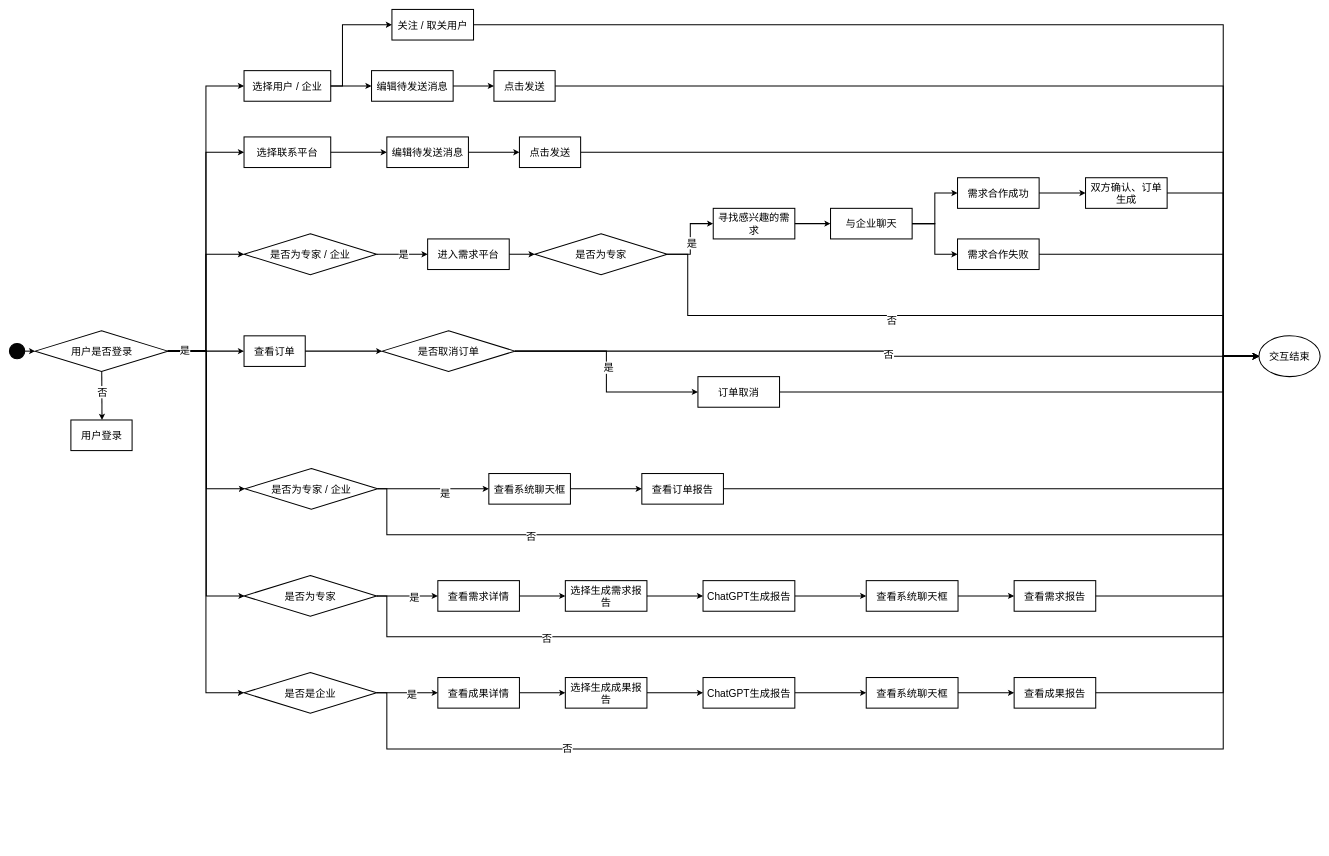
The draw.io diagram 2024-BUAA-SE/需求规格书/用户交互模块-业务流程.drawio in jongsh/drawio, before the edit. Source tidied: cells renumbered, new cells numbered last; positions are measured from the earlier drawing's top-left corner, leaving out a move shared by most shapes. Both pictures are drawn from the tidied source at 51%, with x=0, y=0 at pixel (9, 9).
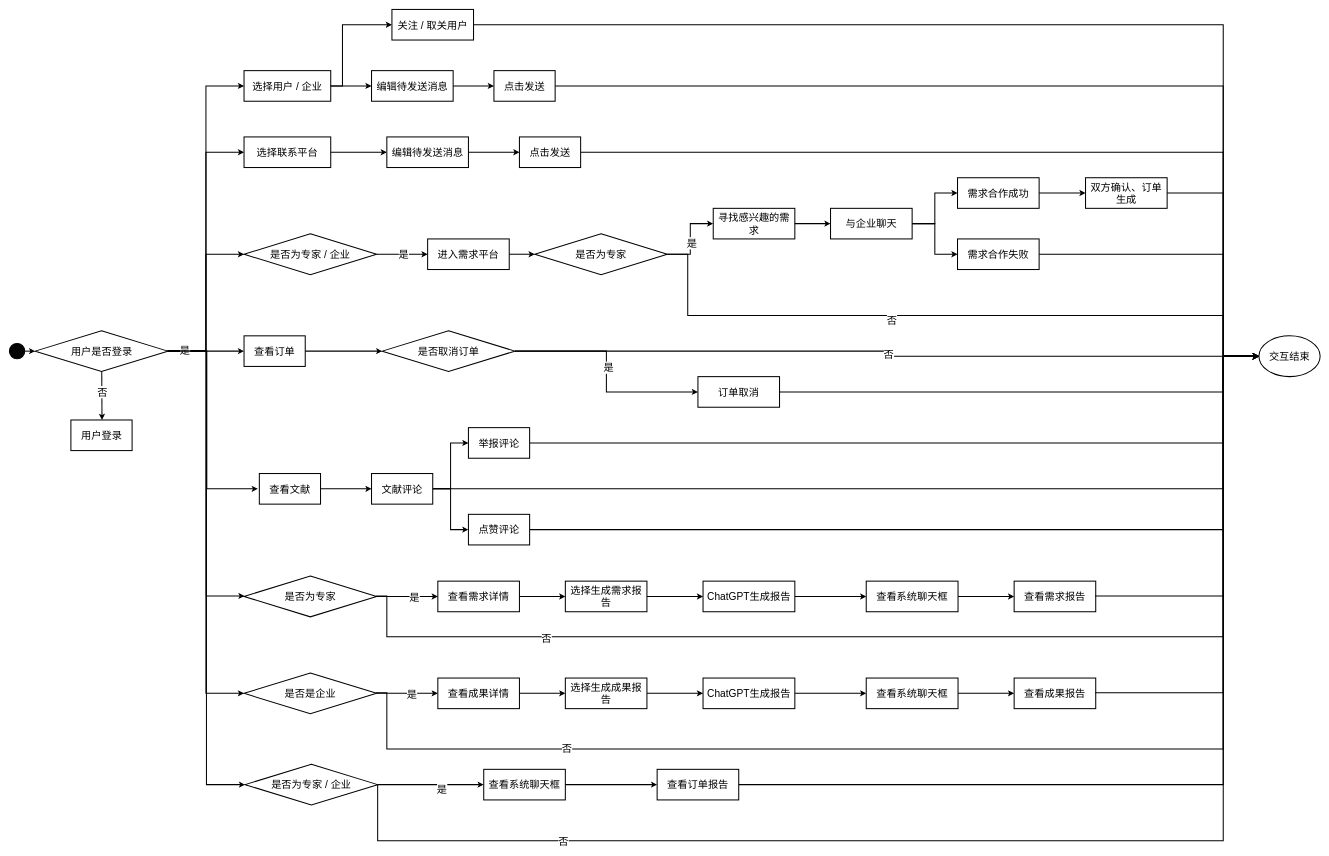
The same page after the edit.

Commit message:
更新用户交互模块-业务流程.drawio

The change refers to these unchanged cells:
```xml
<mxCell id="44" value="&lt;font style=&quot;font-size: 20px;&quot;&gt;是否为专家 / 企业&lt;/font&gt;" style="rhombus;whiteSpace=wrap;html=1;strokeWidth=2;spacing=2;fontSize=20;fontColor=default;labelBackgroundColor=none;horizontal=1;" parent="43" vertex="1">
  <mxGeometry width="260" height="80" as="geometry" />
</mxCell>
<mxCell id="50" value="&lt;font style=&quot;font-size: 20px;&quot;&gt;查看订单报告&lt;/font&gt;" style="rounded=0;whiteSpace=wrap;html=1;strokeWidth=2;spacing=2;fontSize=20;fontColor=default;labelBackgroundColor=none;horizontal=1;" parent="49" vertex="1">
  <mxGeometry width="160" height="60" as="geometry" />
</mxCell>
<mxCell id="86" value="&lt;font style=&quot;font-size: 20px;&quot;&gt;交互结束&lt;/font&gt;" style="ellipse;whiteSpace=wrap;html=1;strokeWidth=2;spacing=2;fontColor=default;labelBackgroundColor=none;horizontal=1;fontSize=20;" parent="1" vertex="1">
  <mxGeometry x="2450" y="640" width="120" height="80" as="geometry" />
</mxCell>
```

Change to the diagram source:
```diff
@@
     <mxCell id="5" style="group;strokeWidth=2;spacing=2;fontSize=20;fontColor=default;labelBackgroundColor=none;horizontal=1;" parent="1" vertex="1">
-      <mxGeometry x="460" y="1300" width="260" height="80" as="geometry" />
+      <mxGeometry x="460" y="1301" width="260" height="80" as="geometry" />
     </mxCell>
@@
     <mxCell id="43" style="group;strokeWidth=2;spacing=2;fontSize=20;fontColor=default;labelBackgroundColor=none;horizontal=1;" parent="1" vertex="1">
-      <mxGeometry x="462" y="900" width="260" height="80" as="geometry" />
+      <mxGeometry x="462" y="1480" width="260" height="80" as="geometry" />
     </mxCell>
@@
     <mxCell id="45" style="group;strokeWidth=2;spacing=2;fontSize=20;fontColor=default;labelBackgroundColor=none;horizontal=1;" parent="1" vertex="1">
-      <mxGeometry x="460" y="1110" width="260" height="80" as="geometry" />
+      <mxGeometry x="460" y="1111" width="260" height="80" as="geometry" />
     </mxCell>
@@
     <mxCell id="47" style="group;strokeWidth=2;spacing=2;fontSize=20;fontColor=default;labelBackgroundColor=none;horizontal=1;" parent="1" vertex="1">
-      <mxGeometry x="940" y="910" width="160" height="60" as="geometry" />
+      <mxGeometry x="930" y="1490" width="160" height="60" as="geometry" />
     </mxCell>
@@
     <mxCell id="49" style="group;strokeWidth=2;spacing=2;fontSize=20;fontColor=default;labelBackgroundColor=none;horizontal=1;" parent="1" vertex="1">
-      <mxGeometry x="1240" y="910" width="160" height="60" as="geometry" />
+      <mxGeometry x="1270" y="1490" width="160" height="60" as="geometry" />
     </mxCell>
@@
     <mxCell id="51" style="group;strokeWidth=2;spacing=2;fontSize=20;fontColor=default;labelBackgroundColor=none;horizontal=1;" parent="1" vertex="1">
-      <mxGeometry x="840" y="1120" width="190" height="91" as="geometry" />
+      <mxGeometry x="840" y="1121" width="190" height="91" as="geometry" />
     </mxCell>
@@
     <mxCell id="54" value="&lt;font style=&quot;font-size: 20px;&quot;&gt;选择生成需求报告&lt;/font&gt;" style="rounded=0;whiteSpace=wrap;html=1;strokeWidth=2;spacing=2;fontSize=20;fontColor=default;labelBackgroundColor=none;horizontal=1;" parent="1" vertex="1">
-      <mxGeometry x="1090" y="1120" width="160" height="60" as="geometry" />
+      <mxGeometry x="1090" y="1121" width="160" height="60" as="geometry" />
     </mxCell>
@@
     <mxCell id="56" value="&lt;span style=&quot;font-size: 20px;&quot;&gt;ChatGPT生成报告&lt;/span&gt;" style="rounded=0;whiteSpace=wrap;html=1;strokeWidth=2;spacing=2;fontSize=20;fontColor=default;labelBackgroundColor=none;horizontal=1;" parent="1" vertex="1">
-      <mxGeometry x="1360" y="1310" width="180" height="60" as="geometry" />
+      <mxGeometry x="1360" y="1311" width="180" height="60" as="geometry" />
     </mxCell>
@@
     <mxCell id="58" value="&lt;span style=&quot;font-size: 20px;&quot;&gt;查看系统聊天框&lt;/span&gt;" style="rounded=0;whiteSpace=wrap;html=1;strokeWidth=2;spacing=2;fontSize=20;fontColor=default;labelBackgroundColor=none;horizontal=1;" parent="1" vertex="1">
-      <mxGeometry x="1680" y="1120" width="180" height="60" as="geometry" />
+      <mxGeometry x="1680" y="1121" width="180" height="60" as="geometry" />
     </mxCell>
     <mxCell id="59" style="group;strokeWidth=2;spacing=2;fontSize=20;fontColor=default;labelBackgroundColor=none;horizontal=1;" parent="1" vertex="1">
-      <mxGeometry x="1970" y="1120" width="190" height="91" as="geometry" />
+      <mxGeometry x="1970" y="1121" width="190" height="91" as="geometry" />
     </mxCell>
@@
     <mxCell id="61" style="group;strokeWidth=2;spacing=2;fontSize=20;fontColor=default;labelBackgroundColor=none;horizontal=1;" parent="1" vertex="1">
-      <mxGeometry x="840" y="1310" width="190" height="91" as="geometry" />
+      <mxGeometry x="840" y="1311" width="190" height="91" as="geometry" />
     </mxCell>
@@
     <mxCell id="64" value="&lt;font style=&quot;font-size: 20px;&quot;&gt;选择生成成果&lt;/font&gt;&lt;span style=&quot;font-size: 20px;&quot;&gt;报告&lt;/span&gt;" style="rounded=0;whiteSpace=wrap;html=1;strokeWidth=2;spacing=2;fontSize=20;fontColor=default;labelBackgroundColor=none;horizontal=1;" parent="1" vertex="1">
-      <mxGeometry x="1090" y="1310" width="160" height="60" as="geometry" />
+      <mxGeometry x="1090" y="1311" width="160" height="60" as="geometry" />
     </mxCell>
@@
     <mxCell id="66" value="&lt;span style=&quot;font-size: 20px;&quot;&gt;ChatGPT生成报告&lt;/span&gt;" style="rounded=0;whiteSpace=wrap;html=1;strokeWidth=2;spacing=2;fontSize=20;fontColor=default;labelBackgroundColor=none;horizontal=1;" parent="1" vertex="1">
-      <mxGeometry x="1360" y="1120" width="180" height="60" as="geometry" />
+      <mxGeometry x="1360" y="1121" width="180" height="60" as="geometry" />
     </mxCell>
@@
     <mxCell id="68" value="&lt;span style=&quot;font-size: 20px;&quot;&gt;查看系统聊天框&lt;/span&gt;" style="rounded=0;whiteSpace=wrap;html=1;strokeWidth=2;spacing=2;fontSize=20;fontColor=default;labelBackgroundColor=none;horizontal=1;" parent="1" vertex="1">
-      <mxGeometry x="1680" y="1310" width="180" height="60" as="geometry" />
+      <mxGeometry x="1680" y="1311" width="180" height="60" as="geometry" />
     </mxCell>
     <mxCell id="69" style="group;strokeWidth=2;spacing=2;fontSize=20;fontColor=default;labelBackgroundColor=none;horizontal=1;" parent="1" vertex="1">
-      <mxGeometry x="1970" y="1310" width="190" height="91" as="geometry" />
+      <mxGeometry x="1970" y="1311" width="190" height="91" as="geometry" />
     </mxCell>
@@
+    <mxCell id="126" style="edgeStyle=orthogonalEdgeStyle;rounded=0;orthogonalLoop=1;jettySize=auto;html=1;exitX=1;exitY=0.5;exitDx=0;exitDy=0;entryX=0;entryY=0.5;entryDx=0;entryDy=0;fontSize=20;strokeWidth=2;" parent="1" edge="1">
+      <mxGeometry relative="1" as="geometry">
+        <mxPoint x="307.5" y="670" as="sourcePoint" />
+        <mxPoint x="487" y="940" as="targetPoint" />
+        <Array as="points">
+          <mxPoint x="387" y="670" />
+          <mxPoint x="387" y="940" />
+        </Array>
+      </mxGeometry>
+    </mxCell>
@@
     <mxCell id="119" style="edgeStyle=orthogonalEdgeStyle;rounded=0;jettySize=auto;html=1;exitX=1;exitY=0.5;exitDx=0;exitDy=0;entryX=0;entryY=0.5;entryDx=0;entryDy=0;strokeWidth=2;fontSize=20;" parent="1" edge="1" source="50" target="86">
       <mxGeometry relative="1" as="geometry">
         <Array as="points">
-          <mxPoint x="2380" y="940" />
+          <mxPoint x="2380" y="1520" />
           <mxPoint x="2380" y="680" />
         </Array>
       </mxGeometry>
     </mxCell>
-    <mxCell id="120" style="edgeStyle=orthogonalEdgeStyle;rounded=0;jettySize=auto;html=1;exitX=1;exitY=0.5;exitDx=0;exitDy=0;entryX=0;entryY=0.5;entryDx=0;entryDy=0;strokeWidth=2;fontSize=20;" parent="1" edge="1" source="44" target="86">
-      <mxGeometry relative="1" as="geometry">
-        <Array as="points">
-          <mxPoint x="740" y="940" />
-          <mxPoint x="740" y="1030" />
-          <mxPoint x="2380" y="1030" />
-          <mxPoint x="2380" y="680" />
-        </Array>
-      </mxGeometry>
-    </mxCell>
-    <mxCell id="121" value="否" style="edgeLabel;html=1;align=center;verticalAlign=middle;fontSize=20;" parent="120" vertex="1">
-      <mxGeometry x="-0.64" y="-2" relative="1" as="geometry" />
-    </mxCell>
@@
+    <mxCell id="127" style="group;strokeWidth=2;spacing=2;fontSize=20;fontColor=default;labelBackgroundColor=none;horizontal=1;" parent="1" vertex="1">
+      <mxGeometry x="490" y="910" width="120" height="60" as="geometry" />
+    </mxCell>
+    <mxCell id="128" value="&lt;font style=&quot;font-size: 20px;&quot;&gt;查看文献&lt;/font&gt;" style="rounded=0;whiteSpace=wrap;html=1;strokeWidth=2;spacing=2;fontSize=20;fontColor=default;labelBackgroundColor=none;horizontal=1;" parent="127" vertex="1">
+      <mxGeometry width="120" height="60" as="geometry" />
+    </mxCell>
+    <mxCell id="129" style="edgeStyle=orthogonalEdgeStyle;rounded=0;jettySize=auto;html=1;exitX=1;exitY=0.5;exitDx=0;exitDy=0;entryX=0;entryY=0.5;entryDx=0;entryDy=0;fontSize=20;strokeWidth=2;" parent="1" edge="1" source="132" target="86">
+      <mxGeometry relative="1" as="geometry">
+        <Array as="points">
+          <mxPoint x="2380" y="940" />
+          <mxPoint x="2380" y="680" />
+        </Array>
+      </mxGeometry>
+    </mxCell>
+    <mxCell id="130" style="edgeStyle=orthogonalEdgeStyle;rounded=0;jettySize=auto;html=1;exitX=1;exitY=0.5;exitDx=0;exitDy=0;entryX=0;entryY=0.5;entryDx=0;entryDy=0;fontSize=20;strokeWidth=2;" parent="1" edge="1" source="132" target="134">
+      <mxGeometry relative="1" as="geometry" />
+    </mxCell>
+    <mxCell id="131" style="edgeStyle=orthogonalEdgeStyle;rounded=0;jettySize=auto;html=1;exitX=1;exitY=0.5;exitDx=0;exitDy=0;entryX=0;entryY=0.5;entryDx=0;entryDy=0;fontSize=20;strokeWidth=2;" parent="1" edge="1" source="132" target="136">
+      <mxGeometry relative="1" as="geometry" />
+    </mxCell>
+    <mxCell id="132" value="文献评论" style="rounded=0;whiteSpace=wrap;html=1;strokeWidth=2;spacing=2;fontSize=20;fontColor=default;labelBackgroundColor=none;horizontal=1;" parent="1" vertex="1">
+      <mxGeometry x="710" y="910" width="120" height="60" as="geometry" />
+    </mxCell>
+    <mxCell id="133" style="edgeStyle=orthogonalEdgeStyle;rounded=0;jettySize=auto;html=1;exitX=1;exitY=0.5;exitDx=0;exitDy=0;entryX=0;entryY=0.5;entryDx=0;entryDy=0;fontSize=20;strokeWidth=2;" parent="1" edge="1" source="134" target="86">
+      <mxGeometry relative="1" as="geometry">
+        <Array as="points">
+          <mxPoint x="2380" y="850" />
+          <mxPoint x="2380" y="680" />
+        </Array>
+      </mxGeometry>
+    </mxCell>
+    <mxCell id="134" value="&lt;font style=&quot;font-size: 20px;&quot;&gt;举报评论&lt;/font&gt;" style="rounded=0;whiteSpace=wrap;html=1;strokeWidth=2;spacing=2;fontSize=20;fontColor=default;labelBackgroundColor=none;horizontal=1;" parent="1" vertex="1">
+      <mxGeometry x="900" y="820" width="120" height="60" as="geometry" />
+    </mxCell>
+    <mxCell id="135" style="edgeStyle=orthogonalEdgeStyle;rounded=0;jettySize=auto;html=1;exitX=1;exitY=0.5;exitDx=0;exitDy=0;entryX=0;entryY=0.5;entryDx=0;entryDy=0;fontSize=20;strokeWidth=2;" parent="1" edge="1" source="136" target="86">
+      <mxGeometry relative="1" as="geometry">
+        <Array as="points">
+          <mxPoint x="2380" y="1020" />
+          <mxPoint x="2380" y="680" />
+        </Array>
+      </mxGeometry>
+    </mxCell>
+    <mxCell id="136" value="&lt;font style=&quot;font-size: 20px;&quot;&gt;点赞评论&lt;/font&gt;" style="rounded=0;whiteSpace=wrap;html=1;strokeWidth=2;spacing=2;fontSize=20;fontColor=default;labelBackgroundColor=none;horizontal=1;" parent="1" vertex="1">
+      <mxGeometry x="900" y="990" width="120" height="60" as="geometry" />
+    </mxCell>
+    <mxCell id="137" style="edgeStyle=orthogonalEdgeStyle;rounded=0;jettySize=auto;html=1;exitX=1;exitY=0.5;exitDx=0;exitDy=0;entryX=0;entryY=0.5;entryDx=0;entryDy=0;fontSize=20;strokeWidth=2;" parent="1" edge="1" source="128" target="132">
+      <mxGeometry relative="1" as="geometry" />
+    </mxCell>
+    <mxCell id="120" style="edgeStyle=orthogonalEdgeStyle;rounded=0;jettySize=auto;html=1;exitX=1;exitY=0.5;exitDx=0;exitDy=0;entryX=0;entryY=0.5;entryDx=0;entryDy=0;fontSize=20;strokeWidth=2;" parent="1" edge="1" source="44" target="86">
+      <mxGeometry relative="1" as="geometry">
+        <Array as="points">
+          <mxPoint x="722" y="1630" />
+          <mxPoint x="2380" y="1630" />
+          <mxPoint x="2380" y="680" />
+        </Array>
+      </mxGeometry>
+    </mxCell>
+    <mxCell id="121" value="否" style="edgeLabel;html=1;align=center;verticalAlign=middle;fontSize=20;" parent="120" vertex="1">
+      <mxGeometry x="-0.66" relative="1" as="geometry">
+        <mxPoint x="-1" as="offset" />
+      </mxGeometry>
+    </mxCell>
```
